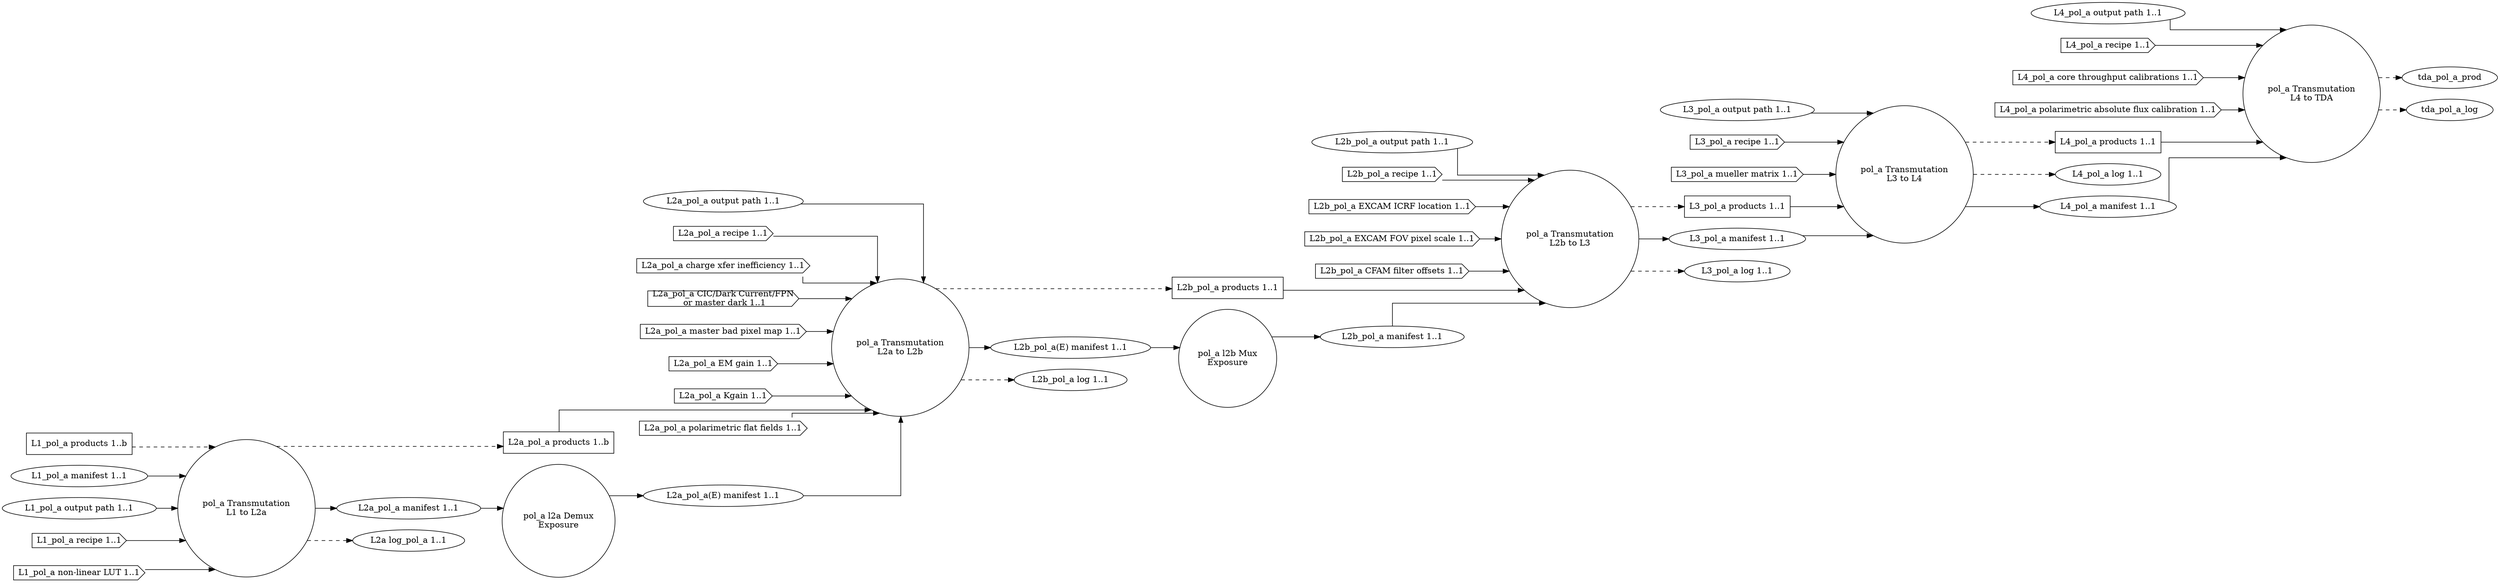
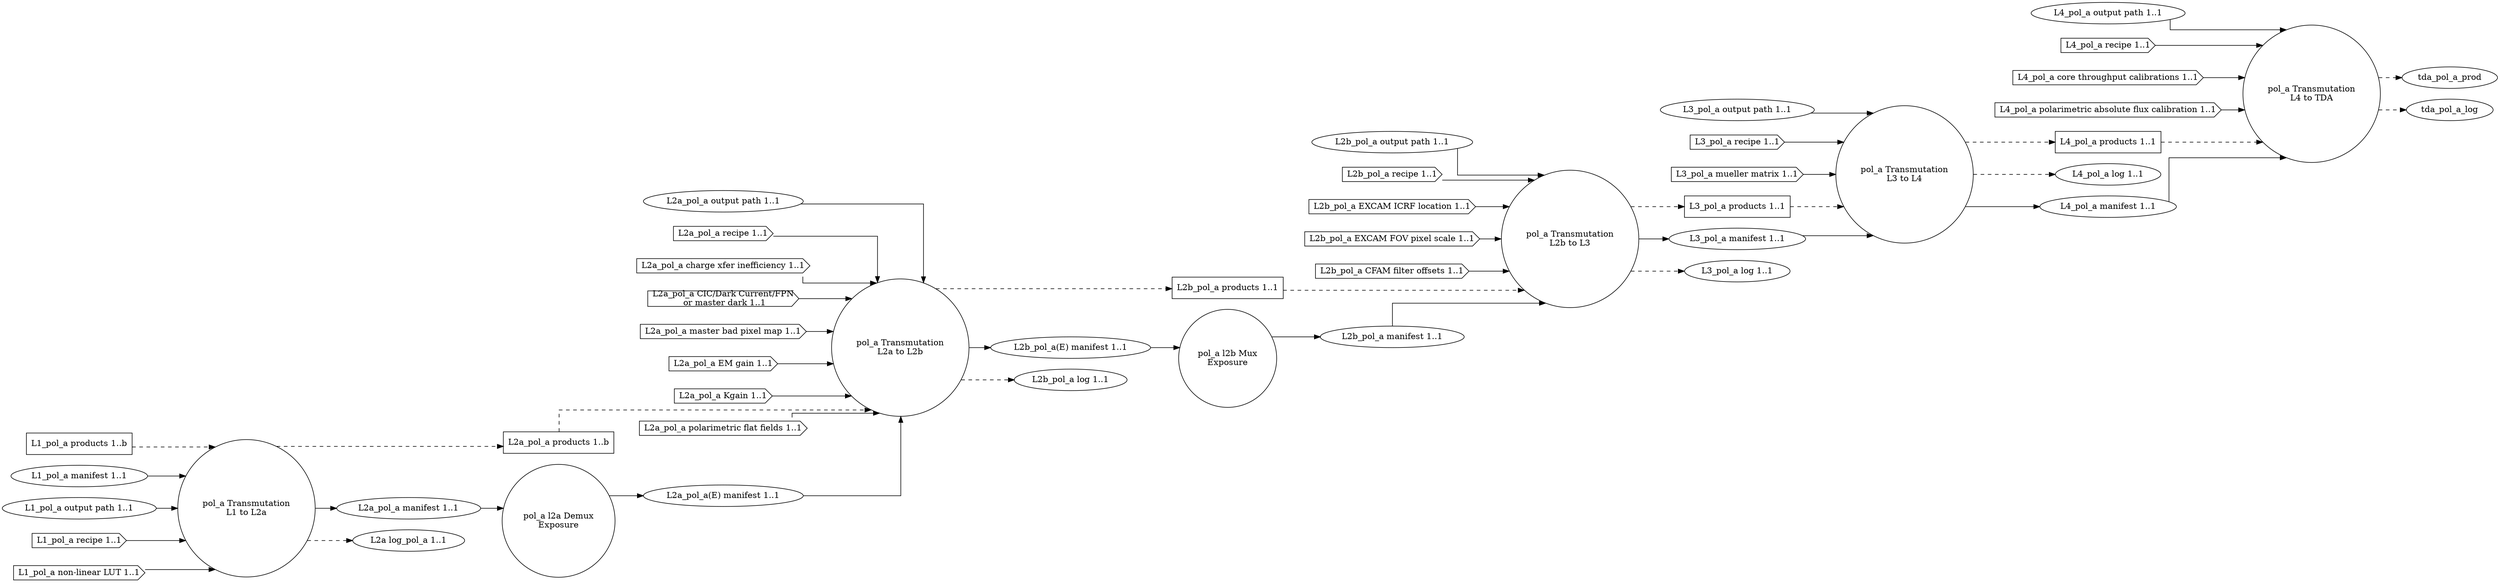
digraph PolarimetryAnalog
{
  graph [splines="ortho", rankdir=LR];

  trans_pol_a_l1_l2a [label="pol_a Transmutation\nL1 to L2a", shape="circle"];
  l2a_pol_a_demux [label="pol_a l2a Demux\nExposure" shape="circle"];
  trans_pol_a_l2a_l2b [label="pol_a Transmutation\nL2a to L2b", shape="circle"];
  l2b_pol_a_mux [label="pol_a l2b Mux\nExposure", shape="circle"];
  trans_pol_a_l2b_l3 [label="pol_a Transmutation\nL2b to L3", shape="circle"];
  trans_pol_a_l3_l4 [label="pol_a Transmutation\nL3 to L4", shape="circle"];
  trans_pol_a_l4_tda [label="pol_a Transmutation\nL4 to TDA", shape="circle"];

  l1_pol_a_prod [label="L1_pol_a products 1..b", shape="rectangle"];
  l1_pol_a_man [label="L1_pol_a manifest 1..1", shape="ellipse"];
  l1_pol_a_odir [label="L1_pol_a output path 1..1", shape="ellipse"];
  l1_pol_a_rec [label="L1_pol_a recipe 1..1", shape="cds"];
  l1_pol_a_nllut [label="L1_pol_a non-linear LUT 1..1", shape="cds"];

  l2a_pol_a_prod [label="L2a_pol_a products 1..b", shape="rectangle"];
  l2a_pol_a_man [label="L2a_pol_a manifest 1..1", shape="ellipse"];
  l2a_pol_a_odir [label="L2a_pol_a output path 1..1", shape="ellipse"];
  l2a_pol_a_rec [label="L2a_pol_a recipe 1..1", shape="cds"];
  l2a_pol_a_cti [label="L2a_pol_a charge xfer inefficiency 1..1", shape="cds"];
  l2a_pol_a_dnb [label="L2a_pol_a CIC/Dark Current/FPN\n or master dark 1..1", shape="cds"];
  l2a_pol_a_mbpm [label="L2a_pol_a master bad pixel map 1..1", shape="cds"];
  l2a_pol_a_emg [label="L2a_pol_a EM gain 1..1", shape="cds"];
  l2a_pol_a_kgain [label="L2a_pol_a Kgain 1..1", shape="cds"];
  l2a_pol_a_polff [label="L2a_pol_a polarimetric flat fields 1..1", shape="cds"];
  l2a_pol_a_log [label="L2a log_pol_a 1..1", shape="ellipse"];
  l2a_pol_a_man_demux [label="L2a_pol_a(E) manifest 1..1", shape="ellipse"];

  l2b_pol_a_prod [label="L2b_pol_a products 1..1", shape="rectangle"];
  l2b_pol_a_man [label="L2b_pol_a manifest 1..1", shape="ellipse"];
  l2b_pol_a_odir [label="L2b_pol_a output path 1..1", shape="ellipse"];
  l2b_pol_a_rec [label="L2b_pol_a recipe 1..1", shape="cds"];
  l2b_pol_a_excicrf [label="L2b_pol_a EXCAM ICRF location 1..1", shape="cds"];
  l2b_pol_a_excfovps [label="L2b_pol_a EXCAM FOV pixel scale 1..1", shape="cds"];
  l2b_pol_a_cfamfo [label="L2b_pol_a CFAM filter offsets 1..1", shape="cds"];
  l2b_pol_a_man_demux [label="L2b_pol_a(E) manifest 1..1", shape="ellipse"];
  l2b_pol_a_log [label="L2b_pol_a log 1..1", shape="ellipse"];

  l3_pol_a_prod [label="L3_pol_a products 1..1", shape="rectangle"];
  l3_pol_a_odir [label="L3_pol_a output path 1..1", shape="ellipse"];
  l3_pol_a_man [label="L3_pol_a manifest 1..1", shape="ellipse"];
  l3_pol_a_rec [label="L3_pol_a recipe 1..1", shape="cds"];
  l3_pol_a_mueller [label="L3_pol_a mueller matrix 1..1", shape="cds"];
  l3_pol_a_log [label="L3_pol_a log 1..1", shape="ellipse"];

  l4_pol_a_prod [label="L4_pol_a products 1..1", shape="rectangle"];
  l4_pol_a_log [label="L4_pol_a log 1..1", shape="ellipse"];
  l4_pol_a_man [label="L4_pol_a manifest 1..1", shape="ellipse"];
  l4_pol_a_odir [label="L4_pol_a output path 1..1", shape="ellipse"];
  l4_pol_a_rec [label="L4_pol_a recipe 1..1", shape="cds"];
  l4_pol_a_ctcal [label="L4_pol_a core throughput calibrations 1..1", shape="cds"];
  l4_pol_a_pafcal [label="L4_pol_a polarimetric absolute flux calibration 1..1", shape="cds"];

  l1_pol_a_prod -> trans_pol_a_l1_l2a [style="dashed"];
  l1_pol_a_man -> trans_pol_a_l1_l2a;
  l1_pol_a_odir -> trans_pol_a_l1_l2a;
  l1_pol_a_rec -> trans_pol_a_l1_l2a;
  l1_pol_a_nllut -> trans_pol_a_l1_l2a;

  trans_pol_a_l1_l2a -> l2a_pol_a_prod [style="dashed"];
  trans_pol_a_l1_l2a -> l2a_pol_a_man;
  trans_pol_a_l1_l2a -> l2a_pol_a_log  [style="dashed"];

-   l2a_pol_a_prod -> trans_pol_a_l2a_l2b;
+   l2a_pol_a_prod -> trans_pol_a_l2a_l2b [style="dashed"];
  l2a_pol_a_odir -> trans_pol_a_l2a_l2b;
  l2a_pol_a_rec -> trans_pol_a_l2a_l2b;
  l2a_pol_a_cti -> trans_pol_a_l2a_l2b;
  l2a_pol_a_dnb -> trans_pol_a_l2a_l2b;
  l2a_pol_a_mbpm -> trans_pol_a_l2a_l2b;
  l2a_pol_a_emg -> trans_pol_a_l2a_l2b;
  l2a_pol_a_kgain -> trans_pol_a_l2a_l2b;
  l2a_pol_a_polff -> trans_pol_a_l2a_l2b;

  trans_pol_a_l2a_l2b -> l2b_pol_a_prod [style="dashed"];
  trans_pol_a_l2a_l2b -> l2b_pol_a_man_demux;
  trans_pol_a_l2a_l2b -> l2b_pol_a_log  [style="dashed"];

  l2a_pol_a_man -> l2a_pol_a_demux;
  l2a_pol_a_demux -> l2a_pol_a_man_demux;
  l2a_pol_a_man_demux -> trans_pol_a_l2a_l2b;

  l2b_pol_a_man_demux -> l2b_pol_a_mux;
  l2b_pol_a_mux -> l2b_pol_a_man;

-   l2b_pol_a_prod -> trans_pol_a_l2b_l3;
+   l2b_pol_a_prod -> trans_pol_a_l2b_l3 [style="dashed"];
  l2b_pol_a_man -> trans_pol_a_l2b_l3;
  l2b_pol_a_odir -> trans_pol_a_l2b_l3;
  l2b_pol_a_rec -> trans_pol_a_l2b_l3;
  l2b_pol_a_excicrf -> trans_pol_a_l2b_l3;
  l2b_pol_a_excfovps -> trans_pol_a_l2b_l3;
  l2b_pol_a_cfamfo -> trans_pol_a_l2b_l3;
  trans_pol_a_l2b_l3 -> l3_pol_a_prod [style="dashed"];
  trans_pol_a_l2b_l3 -> l3_pol_a_man;
  trans_pol_a_l2b_l3 -> l3_pol_a_log  [style="dashed"];

-   l3_pol_a_prod -> trans_pol_a_l3_l4;
+   l3_pol_a_prod -> trans_pol_a_l3_l4 [style="dashed"];
  l3_pol_a_man -> trans_pol_a_l3_l4;
  l3_pol_a_odir -> trans_pol_a_l3_l4;
  l3_pol_a_rec -> trans_pol_a_l3_l4;
  l3_pol_a_mueller -> trans_pol_a_l3_l4;
  trans_pol_a_l3_l4 -> l4_pol_a_prod [style="dashed"];
  trans_pol_a_l3_l4 -> l4_pol_a_log  [style="dashed"];
  trans_pol_a_l3_l4 -> l4_pol_a_man;

-   l4_pol_a_prod -> trans_pol_a_l4_tda;
+   l4_pol_a_prod -> trans_pol_a_l4_tda [style="dashed"];
  l4_pol_a_man -> trans_pol_a_l4_tda;
  l4_pol_a_odir -> trans_pol_a_l4_tda;
  l4_pol_a_rec -> trans_pol_a_l4_tda;
  l4_pol_a_ctcal -> trans_pol_a_l4_tda;
  l4_pol_a_pafcal -> trans_pol_a_l4_tda;
  trans_pol_a_l4_tda -> tda_pol_a_prod [style="dashed"];
  trans_pol_a_l4_tda -> tda_pol_a_log  [style="dashed"];
}
